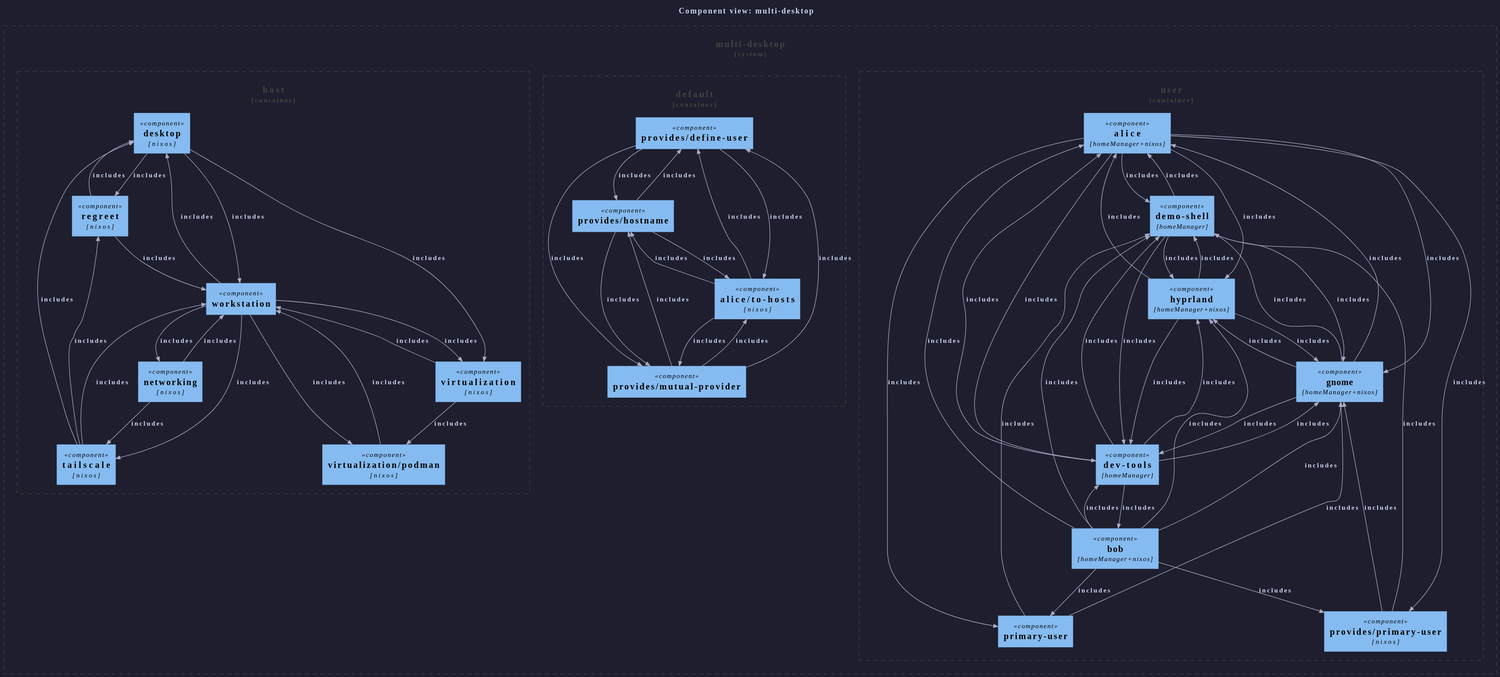
The PlantUML diagram templates/diag-fx-demo/diagrams/multi-desktop-c4component.puml.svg in sini/den, before a commit. Source of this version:
```plantuml
@startuml
!include <C4/C4_Component>
skinparam backgroundColor #1e1e2e
skinparam defaultFontColor #cdd6f4
skinparam defaultFontName "JetBrains Mono,monospace"
skinparam arrowColor #a6adc8
skinparam arrowFontColor #cdd6f4
skinparam PersonBackgroundColor #313244
skinparam PersonBorderColor #a6adc8
skinparam PersonFontColor #cdd6f4
skinparam SystemBackgroundColor #313244
skinparam SystemBorderColor #a6adc8
skinparam SystemFontColor #cdd6f4
skinparam ContainerBackgroundColor #313244
skinparam ContainerBorderColor #a6adc8
skinparam ContainerFontColor #cdd6f4
skinparam ComponentBackgroundColor #313244
skinparam ComponentBorderColor #a6adc8
skinparam ComponentFontColor #cdd6f4
skinparam BoundaryBackgroundColor #313244
skinparam BoundaryBorderColor #6c7086
skinparam BoundaryFontColor #cdd6f4
skinparam RectangleBackgroundColor #313244
skinparam RectangleBorderColor #a6adc8
skinparam RectangleFontColor #cdd6f4


title Component view: multi-desktop

System_Boundary(multi_desktop, "multi-desktop") {
  Container_Boundary(host, "host") {
    Component(desktop, "desktop", "nixos")
    Component(networking, "networking", "nixos")
    Component(virtualization__podman, "virtualization/podman", "nixos")
    Component(regreet, "regreet", "nixos")
    Component(tailscale, "tailscale", "nixos")
    Component(virtualization, "virtualization", "nixos")
    Component(workstation, "workstation", "")
}
  Container_Boundary(c4_default, "default") {
    Component(den__provides__define_user, "provides/define-user", "")
    Component(den__provides__hostname, "provides/hostname", "")
    Component(den__provides__mutual_provider, "provides/mutual-provider", "")
    Component(alice__to_hosts, "alice/to-hosts", "nixos")
}
  Container_Boundary(user, "user") {
    Component(alice, "alice", "homeManager+nixos")
    Component(bob, "bob", "homeManager+nixos")
    Component(demo_shell, "demo-shell", "homeManager")
    Component(dev_tools, "dev-tools", "homeManager")
    Component(gnome, "gnome", "homeManager+nixos")
    Component(hyprland, "hyprland", "homeManager+nixos")
    Component(primary_user, "primary-user", "")
    Component(den__provides__primary_user, "provides/primary-user", "nixos")
}
}

Rel(alice, demo_shell, "includes")
Rel(alice, dev_tools, "includes")
Rel(alice, hyprland, "includes")
Rel(alice, primary_user, "includes")
Rel(alice, den__provides__primary_user, "includes")
Rel(alice, gnome, "includes")
Rel(alice__to_hosts, den__provides__define_user, "includes")
Rel(alice__to_hosts, den__provides__hostname, "includes")
Rel(alice__to_hosts, den__provides__mutual_provider, "includes")
Rel(bob, dev_tools, "includes")
Rel(bob, gnome, "includes")
Rel(bob, primary_user, "includes")
Rel(bob, den__provides__primary_user, "includes")
Rel(bob, alice, "includes")
Rel(bob, demo_shell, "includes")
Rel(bob, hyprland, "includes")
Rel(den__provides__mutual_provider, den__provides__define_user, "includes")
Rel(den__provides__mutual_provider, den__provides__hostname, "includes")
Rel(den__provides__mutual_provider, alice__to_hosts, "includes")
Rel(den__provides__hostname, den__provides__define_user, "includes")
Rel(den__provides__define_user, den__provides__hostname, "includes")
Rel(den__provides__define_user, den__provides__mutual_provider, "includes")
Rel(den__provides__hostname, den__provides__mutual_provider, "includes")
Rel(den__provides__define_user, alice__to_hosts, "includes")
Rel(den__provides__hostname, alice__to_hosts, "includes")
Rel(demo_shell, hyprland, "includes")
Rel(demo_shell, alice, "includes")
Rel(demo_shell, dev_tools, "includes")
Rel(demo_shell, gnome, "includes")
Rel(den__provides__primary_user, demo_shell, "includes")
Rel(den__provides__primary_user, gnome, "includes")
Rel(desktop, workstation, "includes")
Rel(desktop, regreet, "includes")
Rel(desktop, virtualization, "includes")
Rel(dev_tools, bob, "includes")
Rel(dev_tools, alice, "includes")
Rel(dev_tools, demo_shell, "includes")
Rel(dev_tools, gnome, "includes")
Rel(dev_tools, hyprland, "includes")
Rel(gnome, dev_tools, "includes")
Rel(gnome, alice, "includes")
Rel(gnome, demo_shell, "includes")
Rel(gnome, hyprland, "includes")
Rel(networking, workstation, "includes")
Rel(regreet, workstation, "includes")
Rel(tailscale, workstation, "includes")
Rel(virtualization, workstation, "includes")
Rel(virtualization__podman, workstation, "includes")
Rel(hyprland, dev_tools, "includes")
Rel(hyprland, alice, "includes")
Rel(hyprland, demo_shell, "includes")
Rel(hyprland, gnome, "includes")
Rel(networking, tailscale, "includes")
Rel(primary_user, demo_shell, "includes")
Rel(primary_user, gnome, "includes")
Rel(regreet, desktop, "includes")
Rel(tailscale, desktop, "includes")
Rel(tailscale, regreet, "includes")
Rel(virtualization, virtualization__podman, "includes")
Rel(workstation, desktop, "includes")
Rel(workstation, networking, "includes")
Rel(workstation, virtualization__podman, "includes")
Rel(workstation, tailscale, "includes")
Rel(workstation, virtualization, "includes")
@enduml
```
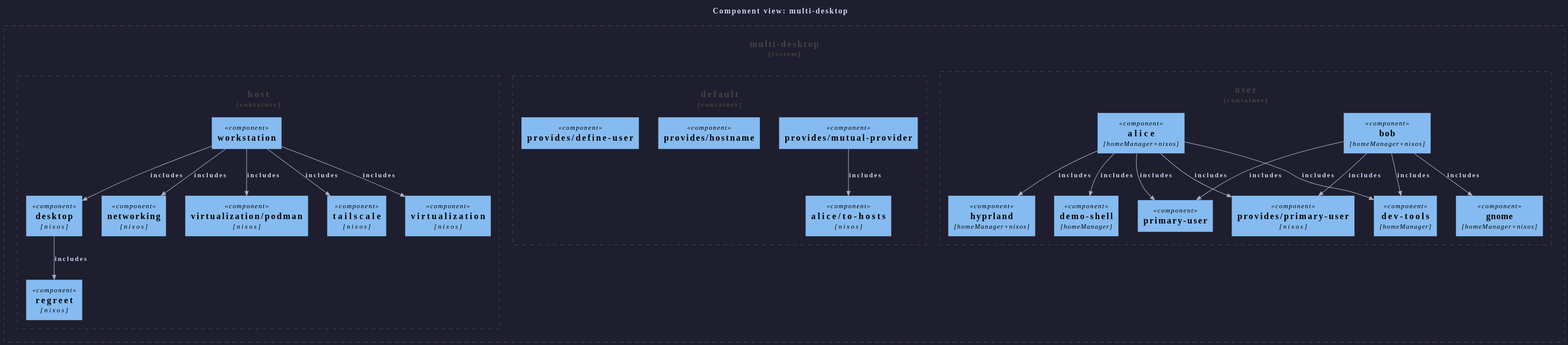
The same file after the commit.

The edit, as a diff of the source:
```diff
@@ -60,60 +60,12 @@
 Rel(alice, hyprland, "includes")
 Rel(alice, primary_user, "includes")
 Rel(alice, den__provides__primary_user, "includes")
-Rel(alice, gnome, "includes")
-Rel(alice__to_hosts, den__provides__define_user, "includes")
-Rel(alice__to_hosts, den__provides__hostname, "includes")
-Rel(alice__to_hosts, den__provides__mutual_provider, "includes")
 Rel(bob, dev_tools, "includes")
 Rel(bob, gnome, "includes")
 Rel(bob, primary_user, "includes")
 Rel(bob, den__provides__primary_user, "includes")
-Rel(bob, alice, "includes")
-Rel(bob, demo_shell, "includes")
-Rel(bob, hyprland, "includes")
-Rel(den__provides__mutual_provider, den__provides__define_user, "includes")
-Rel(den__provides__mutual_provider, den__provides__hostname, "includes")
 Rel(den__provides__mutual_provider, alice__to_hosts, "includes")
-Rel(den__provides__hostname, den__provides__define_user, "includes")
-Rel(den__provides__define_user, den__provides__hostname, "includes")
-Rel(den__provides__define_user, den__provides__mutual_provider, "includes")
-Rel(den__provides__hostname, den__provides__mutual_provider, "includes")
-Rel(den__provides__define_user, alice__to_hosts, "includes")
-Rel(den__provides__hostname, alice__to_hosts, "includes")
-Rel(demo_shell, hyprland, "includes")
-Rel(demo_shell, alice, "includes")
-Rel(demo_shell, dev_tools, "includes")
-Rel(demo_shell, gnome, "includes")
-Rel(den__provides__primary_user, demo_shell, "includes")
-Rel(den__provides__primary_user, gnome, "includes")
-Rel(desktop, workstation, "includes")
 Rel(desktop, regreet, "includes")
-Rel(desktop, virtualization, "includes")
-Rel(dev_tools, bob, "includes")
-Rel(dev_tools, alice, "includes")
-Rel(dev_tools, demo_shell, "includes")
-Rel(dev_tools, gnome, "includes")
-Rel(dev_tools, hyprland, "includes")
-Rel(gnome, dev_tools, "includes")
-Rel(gnome, alice, "includes")
-Rel(gnome, demo_shell, "includes")
-Rel(gnome, hyprland, "includes")
-Rel(networking, workstation, "includes")
-Rel(regreet, workstation, "includes")
-Rel(tailscale, workstation, "includes")
-Rel(virtualization, workstation, "includes")
-Rel(virtualization__podman, workstation, "includes")
-Rel(hyprland, dev_tools, "includes")
-Rel(hyprland, alice, "includes")
-Rel(hyprland, demo_shell, "includes")
-Rel(hyprland, gnome, "includes")
-Rel(networking, tailscale, "includes")
-Rel(primary_user, demo_shell, "includes")
-Rel(primary_user, gnome, "includes")
-Rel(regreet, desktop, "includes")
-Rel(tailscale, desktop, "includes")
-Rel(tailscale, regreet, "includes")
-Rel(virtualization, virtualization__podman, "includes")
 Rel(workstation, desktop, "includes")
 Rel(workstation, networking, "includes")
 Rel(workstation, virtualization__podman, "includes")
```
